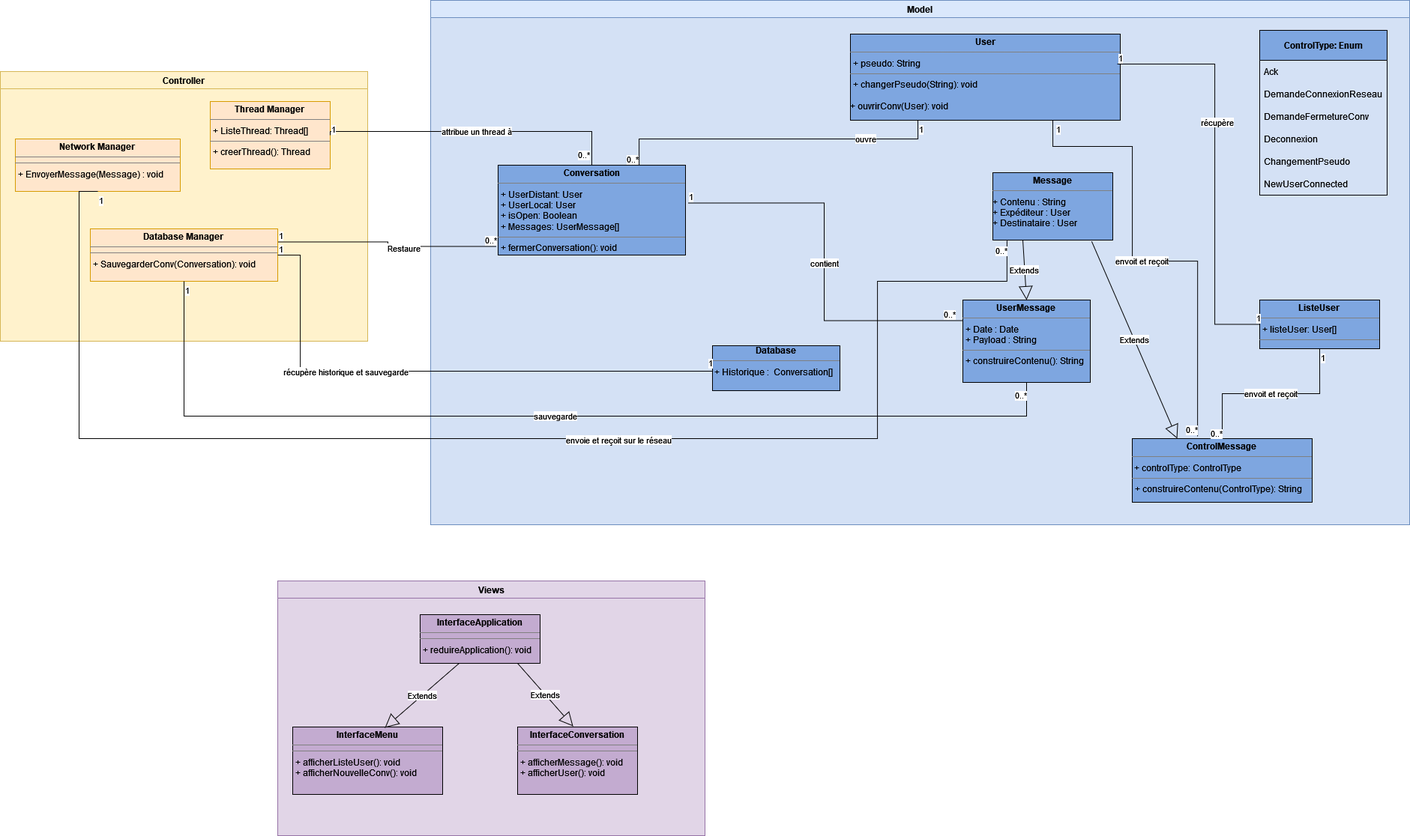
Earlier version of the draw.io export Projet/UML/Images/diagramme_de_classe.png (Newglear/UF_projet_java). Source tidied: cells renumbered, new cells last; positions are measured from the earlier drawing's top-left corner, leaving out a move shared by most shapes.
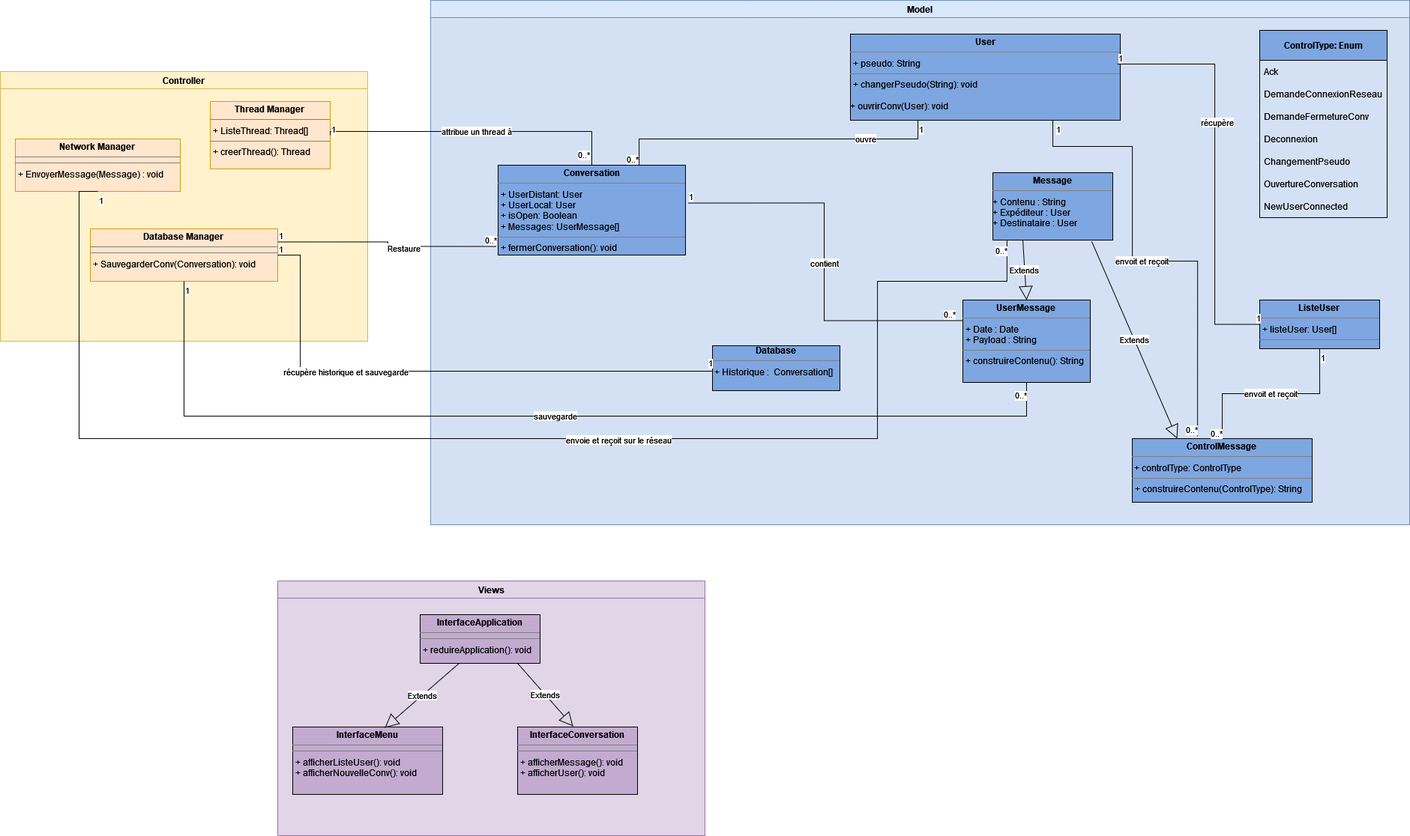
Later version of the same file.

Diff of the diagram source:
```diff
@@ -89,7 +89,7 @@
       <mxGeometry x="936" y="585" width="240" height="85" as="geometry" />
     </mxCell>
     <mxCell id="26" value="&lt;b&gt;ControlType: Enum&lt;/b&gt;" style="swimlane;fontStyle=0;horizontal=1;startSize=40;whiteSpace=wrap;html=1;fillColor=#7EA6E0;" parent="12" vertex="1">
-      <mxGeometry x="1106" y="40" width="170" height="220" as="geometry" />
+      <mxGeometry x="1106" y="40" width="170" height="250" as="geometry" />
     </mxCell>
     <mxCell id="27" value="Ack " style="text;strokeColor=none;fillColor=none;align=left;verticalAlign=middle;spacingLeft=4;spacingRight=4;overflow=hidden;whiteSpace=wrap;html=1;" parent="26" vertex="1">
       <mxGeometry y="40" width="170" height="30" as="geometry" />
@@ -106,8 +106,11 @@
     <mxCell id="31" value="ChangementPseudo" style="text;strokeColor=none;fillColor=none;align=left;verticalAlign=middle;spacingLeft=4;spacingRight=4;overflow=hidden;whiteSpace=wrap;html=1;" parent="26" vertex="1">
       <mxGeometry y="160" width="170" height="30" as="geometry" />
     </mxCell>
+    <mxCell id="64" value="OuvertureConversation" style="text;strokeColor=none;fillColor=none;align=left;verticalAlign=middle;spacingLeft=4;spacingRight=4;overflow=hidden;whiteSpace=wrap;html=1;" parent="26" vertex="1">
+      <mxGeometry y="190" width="170" height="30" as="geometry" />
+    </mxCell>
     <mxCell id="32" value="NewUserConnected" style="text;strokeColor=none;fillColor=none;align=left;verticalAlign=middle;spacingLeft=4;spacingRight=4;overflow=hidden;whiteSpace=wrap;html=1;" parent="26" vertex="1">
-      <mxGeometry y="190" width="170" height="30" as="geometry" />
+      <mxGeometry y="220" width="170" height="30" as="geometry" />
     </mxCell>
     <mxCell id="33" value="Extends" style="endArrow=block;endSize=16;endFill=0;html=1;rounded=0;entryX=0.25;entryY=0;entryDx=0;entryDy=0;exitX=0.824;exitY=1.019;exitDx=0;exitDy=0;exitPerimeter=0;" parent="12" edge="1" source="13" target="25">
       <mxGeometry relative="1" as="geometry" />
```
